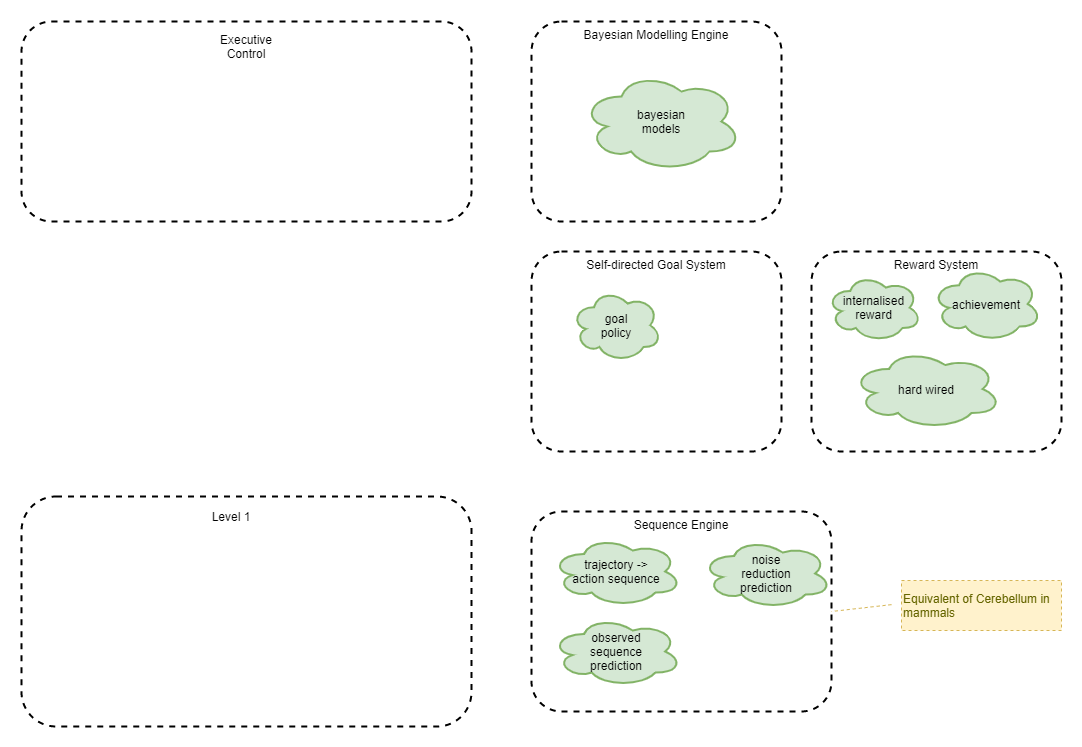
Earlier version of the draw.io export files/An-agi-architecture-v1-other-ideas.png (malcolmlett/malcolmlett.github.io). Source tidied: cells renumbered, new cells last; positions are measured from the earlier drawing's top-left corner, leaving out a move shared by most shapes. Source of this version:
```xml
<mxGraphModel>
  <root>
    <mxCell id="0" />
    <mxCell id="1" parent="0" />
    <mxCell id="2" style="rounded=1;whiteSpace=wrap;html=1;fillColor=none;dashed=1;strokeWidth=2;" parent="1" vertex="1">
      <mxGeometry y="475" width="450" height="230" as="geometry" />
    </mxCell>
    <mxCell id="3" value="Level 1" style="text;html=1;strokeColor=none;fillColor=none;align=center;verticalAlign=middle;whiteSpace=wrap;rounded=0;sketch=1;rotation=0;" parent="1" vertex="1">
      <mxGeometry x="175" y="485" width="70" height="20" as="geometry" />
    </mxCell>
    <mxCell id="4" style="rounded=1;whiteSpace=wrap;html=1;fillColor=none;dashed=1;strokeWidth=2;" parent="1" vertex="1">
      <mxGeometry width="450" height="200" as="geometry" />
    </mxCell>
    <mxCell id="5" value="Executive Control" style="text;html=1;strokeColor=none;fillColor=none;align=center;verticalAlign=middle;whiteSpace=wrap;rounded=0;sketch=1;rotation=0;" parent="1" vertex="1">
      <mxGeometry x="190" y="10" width="70" height="30" as="geometry" />
    </mxCell>
    <mxCell id="6" value="Bayesian Modelling Engine" style="rounded=1;whiteSpace=wrap;html=1;fillColor=none;dashed=1;strokeWidth=2;align=center;horizontal=1;verticalAlign=top;" parent="1" vertex="1">
      <mxGeometry x="510" width="250" height="200" as="geometry" />
    </mxCell>
    <mxCell id="7" value="bayesian&lt;br&gt;models" style="ellipse;shape=cloud;whiteSpace=wrap;html=1;rounded=0;labelBackgroundColor=none;sketch=0;strokeColor=#82b366;strokeWidth=2;fillColor=#d5e8d4;fontSize=12;align=center;" parent="1" vertex="1">
      <mxGeometry x="560" y="50" width="160" height="100" as="geometry" />
    </mxCell>
    <mxCell id="8" value="Self-directed Goal System" style="rounded=1;whiteSpace=wrap;html=1;fillColor=none;dashed=1;strokeWidth=2;align=center;horizontal=1;verticalAlign=top;" parent="1" vertex="1">
      <mxGeometry x="510" y="230" width="250" height="200" as="geometry" />
    </mxCell>
    <mxCell id="9" value="goal&lt;br&gt;policy" style="ellipse;shape=cloud;whiteSpace=wrap;html=1;rounded=0;labelBackgroundColor=none;sketch=0;strokeColor=#82b366;strokeWidth=2;fillColor=#d5e8d4;fontSize=12;align=center;" parent="1" vertex="1">
      <mxGeometry x="550" y="267.5" width="90" height="72.5" as="geometry" />
    </mxCell>
    <mxCell id="10" value="Reward System" style="rounded=1;whiteSpace=wrap;html=1;fillColor=none;dashed=1;strokeWidth=2;align=center;horizontal=1;verticalAlign=top;" parent="1" vertex="1">
      <mxGeometry x="790" y="230" width="250" height="200" as="geometry" />
    </mxCell>
    <mxCell id="11" value="achievement" style="ellipse;shape=cloud;whiteSpace=wrap;html=1;rounded=0;labelBackgroundColor=none;sketch=0;strokeColor=#82b366;strokeWidth=2;fillColor=#d5e8d4;fontSize=12;align=center;" parent="1" vertex="1">
      <mxGeometry x="910" y="245" width="110" height="75" as="geometry" />
    </mxCell>
    <mxCell id="12" value="hard wired" style="ellipse;shape=cloud;whiteSpace=wrap;html=1;rounded=0;labelBackgroundColor=none;sketch=0;strokeColor=#82b366;strokeWidth=2;fillColor=#d5e8d4;fontSize=12;align=center;" parent="1" vertex="1">
      <mxGeometry x="830" y="327.5" width="150" height="80" as="geometry" />
    </mxCell>
    <mxCell id="13" value="internalised&lt;br&gt;reward" style="ellipse;shape=cloud;whiteSpace=wrap;html=1;rounded=0;labelBackgroundColor=none;sketch=0;strokeColor=#82b366;strokeWidth=2;fillColor=#d5e8d4;fontSize=12;align=center;" parent="1" vertex="1">
      <mxGeometry x="805" y="252.5" width="95" height="67.5" as="geometry" />
    </mxCell>
    <mxCell id="14" value="Sequence Engine" style="rounded=1;whiteSpace=wrap;html=1;fillColor=none;dashed=1;strokeWidth=2;align=center;horizontal=1;verticalAlign=top;" parent="1" vertex="1">
      <mxGeometry x="510" y="490" width="300" height="200" as="geometry" />
    </mxCell>
    <mxCell id="15" value="trajectory -&amp;gt;&lt;br&gt;action sequence" style="ellipse;shape=cloud;whiteSpace=wrap;html=1;rounded=0;labelBackgroundColor=none;sketch=0;strokeColor=#82b366;strokeWidth=2;fillColor=#d5e8d4;fontSize=12;align=center;" parent="1" vertex="1">
      <mxGeometry x="530" y="515" width="130" height="70" as="geometry" />
    </mxCell>
    <mxCell id="16" value="observed&lt;br&gt;sequence&lt;br&gt;prediction" style="ellipse;shape=cloud;whiteSpace=wrap;html=1;rounded=0;labelBackgroundColor=none;sketch=0;strokeColor=#82b366;strokeWidth=2;fillColor=#d5e8d4;fontSize=12;align=center;" parent="1" vertex="1">
      <mxGeometry x="530" y="595" width="130" height="70" as="geometry" />
    </mxCell>
    <mxCell id="17" value="noise&lt;br&gt;reduction&lt;br&gt;prediction" style="ellipse;shape=cloud;whiteSpace=wrap;html=1;rounded=0;labelBackgroundColor=none;sketch=0;strokeColor=#82b366;strokeWidth=2;fillColor=#d5e8d4;fontSize=12;align=center;" parent="1" vertex="1">
      <mxGeometry x="680" y="517" width="130" height="70" as="geometry" />
    </mxCell>
    <mxCell id="18" style="rounded=0;jumpStyle=arc;jettySize=auto;html=1;strokeWidth=1;fontColor=#666600;dashed=1;strokeColor=#d6b656;fillColor=#fff2cc;endArrow=none;endFill=0;entryX=1;entryY=0.5;entryDx=0;entryDy=0;" parent="1" edge="1" target="14">
      <mxGeometry relative="1" as="geometry">
        <mxPoint x="870" y="583.1" as="sourcePoint" />
      </mxGeometry>
    </mxCell>
    <mxCell id="19" value="Equivalent of Cerebellum in mammals" style="rounded=0;whiteSpace=wrap;html=1;align=left;fillColor=#fff2cc;strokeColor=#d6b656;fontColor=#666600;dashed=1;" parent="1" vertex="1">
      <mxGeometry x="880" y="559" width="160" height="50" as="geometry" />
    </mxCell>
  </root>
</mxGraphModel>
```
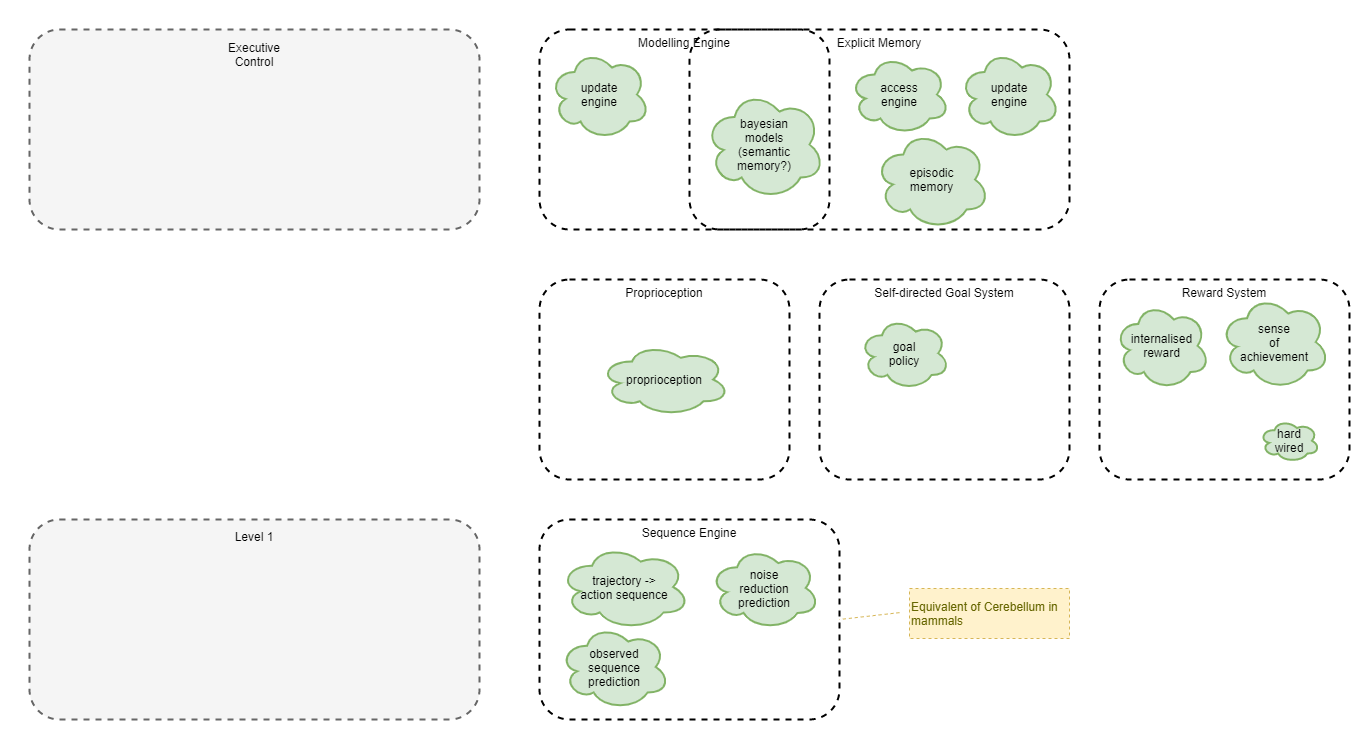
The same diagram one commit later.

Change to the diagram source:
```diff
@@ -2,53 +2,56 @@
   <root>
     <mxCell id="0" />
     <mxCell id="1" parent="0" />
+    <mxCell id="20" value="Explicit Memory" style="rounded=1;whiteSpace=wrap;html=1;fillColor=none;dashed=1;strokeWidth=2;align=center;horizontal=1;verticalAlign=top;" parent="1" vertex="1">
+      <mxGeometry x="660" width="380" height="200" as="geometry" />
+    </mxCell>
-    <mxCell id="2" style="rounded=1;whiteSpace=wrap;html=1;fillColor=none;dashed=1;strokeWidth=2;" parent="1" vertex="1">
-      <mxGeometry y="475" width="450" height="230" as="geometry" />
+    <mxCell id="2" style="rounded=1;whiteSpace=wrap;html=1;fillColor=#f5f5f5;dashed=1;strokeWidth=2;strokeColor=#666666;fontColor=#333333;" parent="1" vertex="1">
+      <mxGeometry y="490" width="450" height="200" as="geometry" />
     </mxCell>
     <mxCell id="3" value="Level 1" style="text;html=1;strokeColor=none;fillColor=none;align=center;verticalAlign=middle;whiteSpace=wrap;rounded=0;sketch=1;rotation=0;" parent="1" vertex="1">
-      <mxGeometry x="175" y="485" width="70" height="20" as="geometry" />
+      <mxGeometry x="190" y="497" width="70" height="20" as="geometry" />
     </mxCell>
-    <mxCell id="4" style="rounded=1;whiteSpace=wrap;html=1;fillColor=none;dashed=1;strokeWidth=2;" parent="1" vertex="1">
+    <mxCell id="4" style="rounded=1;whiteSpace=wrap;html=1;fillColor=#f5f5f5;dashed=1;strokeWidth=2;strokeColor=#666666;fontColor=#333333;" parent="1" vertex="1">
       <mxGeometry width="450" height="200" as="geometry" />
     </mxCell>
     <mxCell id="5" value="Executive Control" style="text;html=1;strokeColor=none;fillColor=none;align=center;verticalAlign=middle;whiteSpace=wrap;rounded=0;sketch=1;rotation=0;" parent="1" vertex="1">
       <mxGeometry x="190" y="10" width="70" height="30" as="geometry" />
     </mxCell>
-    <mxCell id="6" value="Bayesian Modelling Engine" style="rounded=1;whiteSpace=wrap;html=1;fillColor=none;dashed=1;strokeWidth=2;align=center;horizontal=1;verticalAlign=top;" parent="1" vertex="1">
-      <mxGeometry x="510" width="250" height="200" as="geometry" />
+    <mxCell id="6" value="Modelling Engine" style="rounded=1;whiteSpace=wrap;html=1;fillColor=none;dashed=1;strokeWidth=2;align=center;horizontal=1;verticalAlign=top;" parent="1" vertex="1">
+      <mxGeometry x="510" width="290" height="200" as="geometry" />
     </mxCell>
-    <mxCell id="7" value="bayesian&lt;br&gt;models" style="ellipse;shape=cloud;whiteSpace=wrap;html=1;rounded=0;labelBackgroundColor=none;sketch=0;strokeColor=#82b366;strokeWidth=2;fillColor=#d5e8d4;fontSize=12;align=center;" parent="1" vertex="1">
-      <mxGeometry x="560" y="50" width="160" height="100" as="geometry" />
+    <mxCell id="7" value="bayesian&lt;br&gt;models&lt;br&gt;(semantic&lt;br&gt;memory?)" style="ellipse;shape=cloud;whiteSpace=wrap;html=1;rounded=0;labelBackgroundColor=none;sketch=0;strokeColor=#82b366;strokeWidth=2;fillColor=#d5e8d4;fontSize=12;align=center;" parent="1" vertex="1">
+      <mxGeometry x="675" y="60" width="120" height="110" as="geometry" />
     </mxCell>
     <mxCell id="8" value="Self-directed Goal System" style="rounded=1;whiteSpace=wrap;html=1;fillColor=none;dashed=1;strokeWidth=2;align=center;horizontal=1;verticalAlign=top;" parent="1" vertex="1">
-      <mxGeometry x="510" y="230" width="250" height="200" as="geometry" />
+      <mxGeometry x="790" y="250" width="250" height="200" as="geometry" />
     </mxCell>
     <mxCell id="9" value="goal&lt;br&gt;policy" style="ellipse;shape=cloud;whiteSpace=wrap;html=1;rounded=0;labelBackgroundColor=none;sketch=0;strokeColor=#82b366;strokeWidth=2;fillColor=#d5e8d4;fontSize=12;align=center;" parent="1" vertex="1">
-      <mxGeometry x="550" y="267.5" width="90" height="72.5" as="geometry" />
+      <mxGeometry x="830" y="287.5" width="90" height="72.5" as="geometry" />
     </mxCell>
     <mxCell id="10" value="Reward System" style="rounded=1;whiteSpace=wrap;html=1;fillColor=none;dashed=1;strokeWidth=2;align=center;horizontal=1;verticalAlign=top;" parent="1" vertex="1">
-      <mxGeometry x="790" y="230" width="250" height="200" as="geometry" />
+      <mxGeometry x="1070" y="250" width="250" height="200" as="geometry" />
     </mxCell>
-    <mxCell id="11" value="achievement" style="ellipse;shape=cloud;whiteSpace=wrap;html=1;rounded=0;labelBackgroundColor=none;sketch=0;strokeColor=#82b366;strokeWidth=2;fillColor=#d5e8d4;fontSize=12;align=center;" parent="1" vertex="1">
-      <mxGeometry x="910" y="245" width="110" height="75" as="geometry" />
+    <mxCell id="11" value="sense&lt;br&gt;of&lt;br&gt;achievement" style="ellipse;shape=cloud;whiteSpace=wrap;html=1;rounded=0;labelBackgroundColor=none;sketch=0;strokeColor=#82b366;strokeWidth=2;fillColor=#d5e8d4;fontSize=12;align=center;" parent="1" vertex="1">
+      <mxGeometry x="1190" y="265" width="110" height="95" as="geometry" />
     </mxCell>
-    <mxCell id="12" value="hard wired" style="ellipse;shape=cloud;whiteSpace=wrap;html=1;rounded=0;labelBackgroundColor=none;sketch=0;strokeColor=#82b366;strokeWidth=2;fillColor=#d5e8d4;fontSize=12;align=center;" parent="1" vertex="1">
-      <mxGeometry x="830" y="327.5" width="150" height="80" as="geometry" />
+    <mxCell id="12" value="hard&lt;br&gt;wired" style="ellipse;shape=cloud;whiteSpace=wrap;html=1;rounded=0;labelBackgroundColor=none;sketch=0;strokeColor=#82b366;strokeWidth=2;fillColor=#d5e8d4;fontSize=12;align=center;" parent="1" vertex="1">
+      <mxGeometry x="1230" y="390" width="60" height="42.5" as="geometry" />
     </mxCell>
     <mxCell id="13" value="internalised&lt;br&gt;reward" style="ellipse;shape=cloud;whiteSpace=wrap;html=1;rounded=0;labelBackgroundColor=none;sketch=0;strokeColor=#82b366;strokeWidth=2;fillColor=#d5e8d4;fontSize=12;align=center;" parent="1" vertex="1">
-      <mxGeometry x="805" y="252.5" width="95" height="67.5" as="geometry" />
+      <mxGeometry x="1085" y="272.5" width="95" height="87.5" as="geometry" />
     </mxCell>
     <mxCell id="14" value="Sequence Engine" style="rounded=1;whiteSpace=wrap;html=1;fillColor=none;dashed=1;strokeWidth=2;align=center;horizontal=1;verticalAlign=top;" parent="1" vertex="1">
       <mxGeometry x="510" y="490" width="300" height="200" as="geometry" />
     </mxCell>
     <mxCell id="15" value="trajectory -&amp;gt;&lt;br&gt;action sequence" style="ellipse;shape=cloud;whiteSpace=wrap;html=1;rounded=0;labelBackgroundColor=none;sketch=0;strokeColor=#82b366;strokeWidth=2;fillColor=#d5e8d4;fontSize=12;align=center;" parent="1" vertex="1">
-      <mxGeometry x="530" y="515" width="130" height="70" as="geometry" />
+      <mxGeometry x="530" y="515" width="130" height="85" as="geometry" />
     </mxCell>
     <mxCell id="16" value="observed&lt;br&gt;sequence&lt;br&gt;prediction" style="ellipse;shape=cloud;whiteSpace=wrap;html=1;rounded=0;labelBackgroundColor=none;sketch=0;strokeColor=#82b366;strokeWidth=2;fillColor=#d5e8d4;fontSize=12;align=center;" parent="1" vertex="1">
-      <mxGeometry x="530" y="595" width="130" height="70" as="geometry" />
+      <mxGeometry x="530" y="595" width="110" height="85" as="geometry" />
     </mxCell>
     <mxCell id="17" value="noise&lt;br&gt;reduction&lt;br&gt;prediction" style="ellipse;shape=cloud;whiteSpace=wrap;html=1;rounded=0;labelBackgroundColor=none;sketch=0;strokeColor=#82b366;strokeWidth=2;fillColor=#d5e8d4;fontSize=12;align=center;" parent="1" vertex="1">
-      <mxGeometry x="680" y="517" width="130" height="70" as="geometry" />
+      <mxGeometry x="680" y="517" width="110" height="83" as="geometry" />
     </mxCell>
     <mxCell id="18" style="rounded=0;jumpStyle=arc;jettySize=auto;html=1;strokeWidth=1;fontColor=#666600;dashed=1;strokeColor=#d6b656;fillColor=#fff2cc;endArrow=none;endFill=0;entryX=1;entryY=0.5;entryDx=0;entryDy=0;" parent="1" edge="1" target="14">
       <mxGeometry relative="1" as="geometry">
@@ -58,5 +61,23 @@
     <mxCell id="19" value="Equivalent of Cerebellum in mammals" style="rounded=0;whiteSpace=wrap;html=1;align=left;fillColor=#fff2cc;strokeColor=#d6b656;fontColor=#666600;dashed=1;" parent="1" vertex="1">
       <mxGeometry x="880" y="559" width="160" height="50" as="geometry" />
     </mxCell>
+    <mxCell id="21" value="episodic&lt;br&gt;memory" style="ellipse;shape=cloud;whiteSpace=wrap;html=1;rounded=0;labelBackgroundColor=none;sketch=0;strokeColor=#82b366;strokeWidth=2;fillColor=#d5e8d4;fontSize=12;align=center;" parent="1" vertex="1">
+      <mxGeometry x="845" y="100" width="115" height="100" as="geometry" />
+    </mxCell>
+    <mxCell id="22" value="update&lt;br&gt;engine" style="ellipse;shape=cloud;whiteSpace=wrap;html=1;rounded=0;labelBackgroundColor=none;sketch=0;strokeColor=#82b366;strokeWidth=2;fillColor=#d5e8d4;fontSize=12;align=center;" parent="1" vertex="1">
+      <mxGeometry x="520" y="20" width="100" height="90" as="geometry" />
+    </mxCell>
+    <mxCell id="23" value="update&lt;br&gt;engine" style="ellipse;shape=cloud;whiteSpace=wrap;html=1;rounded=0;labelBackgroundColor=none;sketch=0;strokeColor=#82b366;strokeWidth=2;fillColor=#d5e8d4;fontSize=12;align=center;" parent="1" vertex="1">
+      <mxGeometry x="930" y="20" width="100" height="90" as="geometry" />
+    </mxCell>
+    <mxCell id="24" value="access&lt;br&gt;engine" style="ellipse;shape=cloud;whiteSpace=wrap;html=1;rounded=0;labelBackgroundColor=none;sketch=0;strokeColor=#82b366;strokeWidth=2;fillColor=#d5e8d4;fontSize=12;align=center;" parent="1" vertex="1">
+      <mxGeometry x="820" y="25" width="100" height="80" as="geometry" />
+    </mxCell>
+    <mxCell id="25" value="Proprioception" style="rounded=1;whiteSpace=wrap;html=1;fillColor=none;dashed=1;strokeWidth=2;align=center;horizontal=1;verticalAlign=top;" parent="1" vertex="1">
+      <mxGeometry x="510" y="250" width="250" height="200" as="geometry" />
+    </mxCell>
+    <mxCell id="26" value="proprioception" style="ellipse;shape=cloud;whiteSpace=wrap;html=1;rounded=0;labelBackgroundColor=none;sketch=0;strokeColor=#82b366;strokeWidth=2;fillColor=#d5e8d4;fontSize=12;align=center;" parent="1" vertex="1">
+      <mxGeometry x="570" y="313.8" width="130" height="72.5" as="geometry" />
+    </mxCell>
   </root>
 </mxGraphModel>
```
